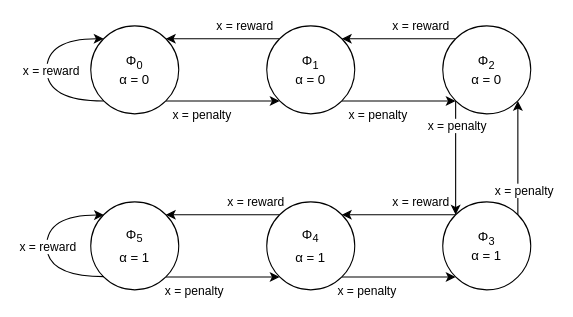
The draw.io diagram digital/tsetlin_fsm.drawio in sondrep/TFE4152-Project, before the edit. Source tidied: cells renumbered, new cells numbered last; positions are measured from the earlier drawing's top-left corner, leaving out a move shared by most shapes. Both pictures are drawn from the tidied source at 110%, with x=0, y=0 at pixel (46, 25).
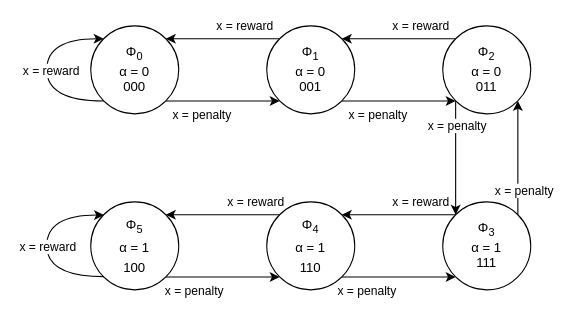
Above is the later version.

Commit message (it also covers changes not shown here):
Add logic diagram for tsteling machine FSM

Diff of the diagram source:
```diff
@@
-    <mxCell id="4" value="Φ&lt;sub&gt;0&lt;/sub&gt;&lt;div&gt;α = 0&lt;/div&gt;" style="ellipse;whiteSpace=wrap;html=1;" parent="1" vertex="1">
+    <mxCell id="4" value="Φ&lt;sub&gt;0&lt;/sub&gt;&lt;div&gt;α = 0&lt;/div&gt;&lt;div&gt;000&lt;/div&gt;" style="ellipse;whiteSpace=wrap;html=1;" parent="1" vertex="1">
       <mxGeometry x="40" width="80" height="80" as="geometry" />
     </mxCell>
@@
-    <mxCell id="9" value="Φ&lt;sub&gt;1&lt;/sub&gt;&lt;div&gt;α = 0&lt;/div&gt;" style="ellipse;whiteSpace=wrap;html=1;" parent="1" vertex="1">
+    <mxCell id="9" value="Φ&lt;sub&gt;1&lt;/sub&gt;&lt;div&gt;α = 0&lt;/div&gt;&lt;div&gt;001&lt;/div&gt;" style="ellipse;whiteSpace=wrap;html=1;" parent="1" vertex="1">
       <mxGeometry x="200" width="80" height="80" as="geometry" />
     </mxCell>
@@
-    <mxCell id="14" value="&lt;font&gt;Φ&lt;sub style=&quot;&quot;&gt;2&lt;/sub&gt;&lt;/font&gt;&lt;div&gt;&lt;font&gt;α = 0&lt;/font&gt;&lt;/div&gt;" style="ellipse;whiteSpace=wrap;html=1;" parent="1" vertex="1">
+    <mxCell id="14" value="&lt;font&gt;Φ&lt;sub style=&quot;&quot;&gt;2&lt;/sub&gt;&lt;/font&gt;&lt;div&gt;&lt;font&gt;α = 0&lt;/font&gt;&lt;/div&gt;&lt;div&gt;&lt;font&gt;011&lt;/font&gt;&lt;/div&gt;" style="ellipse;whiteSpace=wrap;html=1;" parent="1" vertex="1">
       <mxGeometry x="360" width="80" height="80" as="geometry" />
     </mxCell>
@@
-    <mxCell id="17" value="&lt;font&gt;Φ&lt;sub style=&quot;&quot;&gt;5&lt;/sub&gt;&lt;/font&gt;&lt;div&gt;&lt;sub&gt;&lt;font style=&quot;font-size: 12px;&quot;&gt;α = 1&lt;/font&gt;&lt;/sub&gt;&lt;/div&gt;" style="ellipse;whiteSpace=wrap;html=1;" parent="1" vertex="1">
+    <mxCell id="17" value="&lt;font&gt;Φ&lt;sub style=&quot;&quot;&gt;5&lt;/sub&gt;&lt;/font&gt;&lt;div&gt;&lt;sub&gt;&lt;font style=&quot;font-size: 12px;&quot;&gt;α = 1&lt;/font&gt;&lt;/sub&gt;&lt;/div&gt;&lt;div&gt;&lt;sub&gt;&lt;font style=&quot;font-size: 12px;&quot;&gt;100&lt;/font&gt;&lt;/sub&gt;&lt;/div&gt;" style="ellipse;whiteSpace=wrap;html=1;" parent="1" vertex="1">
       <mxGeometry x="40" y="160" width="80" height="80" as="geometry" />
     </mxCell>
@@
-    <mxCell id="22" value="&lt;font&gt;Φ&lt;sub style=&quot;&quot;&gt;4&lt;/sub&gt;&lt;/font&gt;&lt;div&gt;&lt;sub&gt;&lt;font style=&quot;font-size: 12px;&quot;&gt;α = 1&lt;/font&gt;&lt;/sub&gt;&lt;/div&gt;" style="ellipse;whiteSpace=wrap;html=1;" parent="1" vertex="1">
+    <mxCell id="22" value="&lt;font&gt;Φ&lt;sub style=&quot;&quot;&gt;4&lt;/sub&gt;&lt;/font&gt;&lt;div&gt;&lt;sub&gt;&lt;font style=&quot;font-size: 12px;&quot;&gt;α = 1&lt;/font&gt;&lt;/sub&gt;&lt;/div&gt;&lt;div&gt;&lt;sub&gt;&lt;font style=&quot;font-size: 12px;&quot;&gt;110&lt;/font&gt;&lt;/sub&gt;&lt;/div&gt;" style="ellipse;whiteSpace=wrap;html=1;" parent="1" vertex="1">
       <mxGeometry x="200" y="160" width="80" height="80" as="geometry" />
     </mxCell>
@@
-    <mxCell id="27" value="&lt;font&gt;Φ&lt;sub style=&quot;&quot;&gt;3&lt;/sub&gt;&lt;/font&gt;&lt;div&gt;&lt;font&gt;α = 1&lt;/font&gt;&lt;/div&gt;" style="ellipse;whiteSpace=wrap;html=1;" parent="1" vertex="1">
+    <mxCell id="27" value="&lt;font&gt;Φ&lt;sub style=&quot;&quot;&gt;3&lt;/sub&gt;&lt;/font&gt;&lt;div&gt;&lt;font&gt;α = 1&lt;/font&gt;&lt;/div&gt;&lt;div&gt;&lt;font&gt;111&lt;/font&gt;&lt;/div&gt;" style="ellipse;whiteSpace=wrap;html=1;" parent="1" vertex="1">
       <mxGeometry x="360" y="160" width="80" height="80" as="geometry" />
     </mxCell>
```
